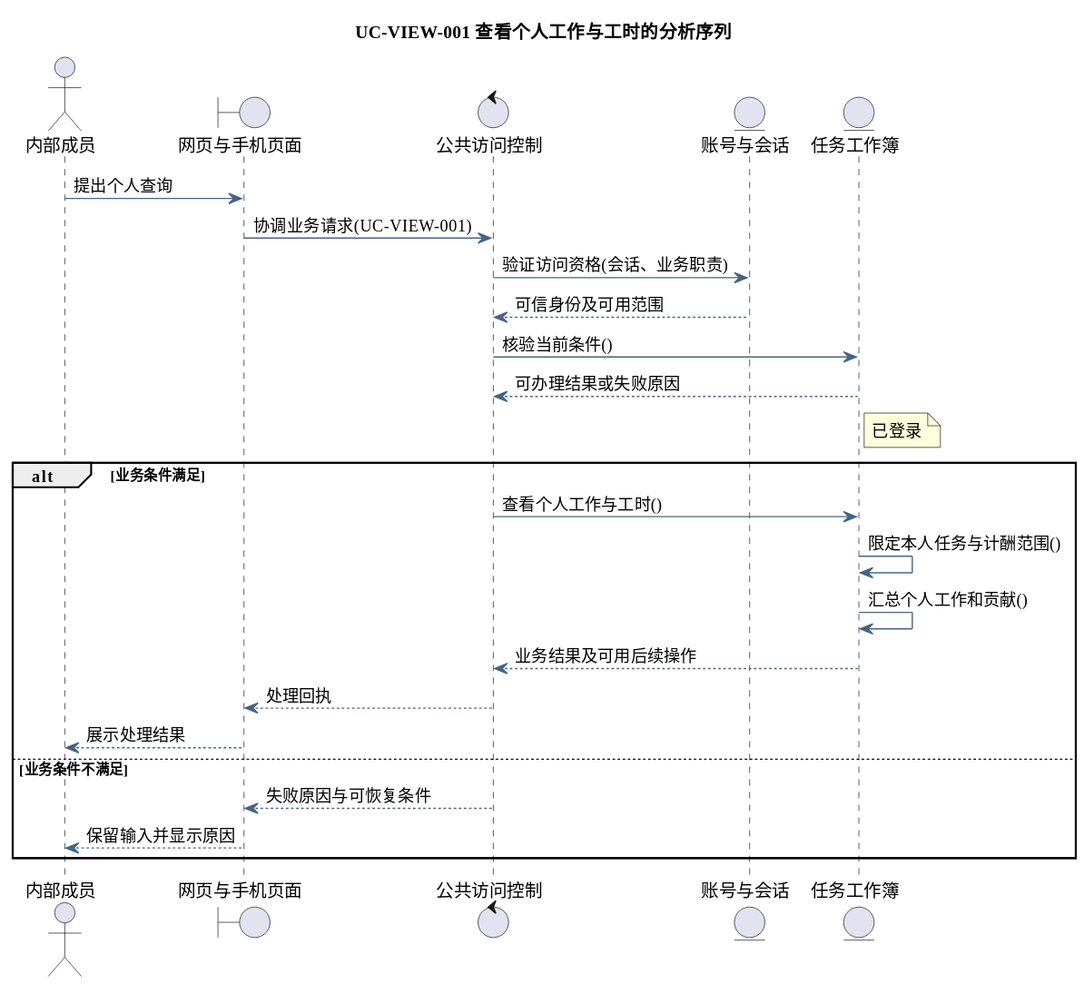
Above: docs/diagrams/analysis/seq-uc-view-001.svg in tccc1csu/miniprogram-csu (PlantUML), before the change.
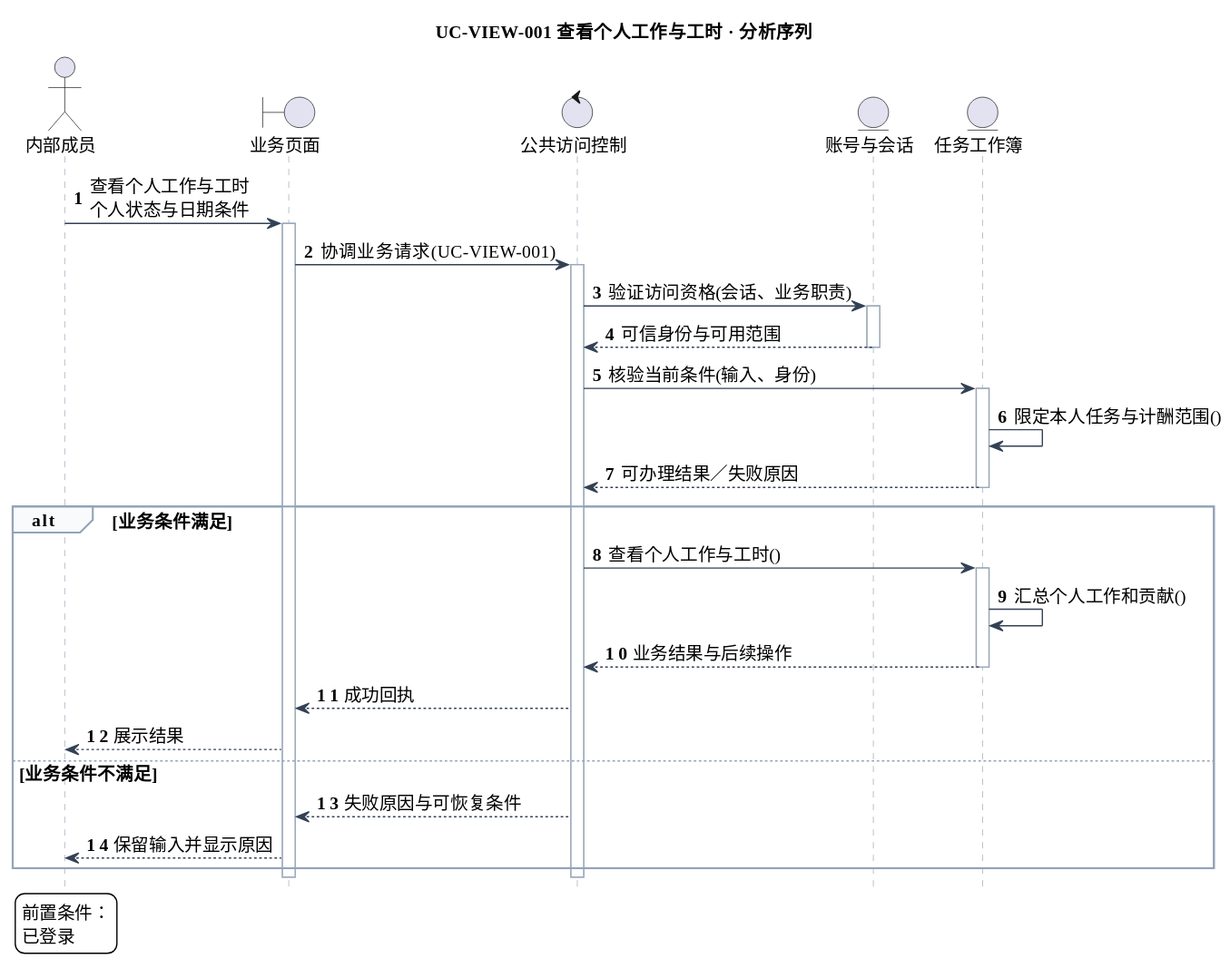
The same diagram one commit later.

The edit, as a diff of the source:
```diff
@@ -5,30 +5,50 @@
 skinparam ArrowColor #466482
 skinparam classAttributeIconSize 0
 hide empty members
-title UC-VIEW-001 查看个人工作与工时的分析序列
+skinparam defaultFontSize 14
+skinparam sequenceLifeLineBorderColor #9AA8B8
+skinparam sequenceArrowColor #334155
+skinparam sequenceGroupBorderColor #94A3B8
+skinparam sequenceGroupBackgroundColor #F8FAFC
+skinparam sequenceParticipantPadding 18
+skinparam maxMessageSize 240
+hide footbox
+autonumber
+title UC-VIEW-001 查看个人工作与工时 · 分析序列
 actor "内部成员" as actor
-boundary "网页与手机页面" as page
+boundary "业务页面" as page
 control "公共访问控制" as ctl
 entity "账号与会话" as identity
 entity "任务工作簿" as model
-actor -> page : 提出个人查询
+actor -> page : 查看个人工作与工时\n个人状态与日期条件
+activate page
 page -> ctl : 协调业务请求(UC-VIEW-001)
+activate ctl
 ctl -> identity : 验证访问资格(会话、业务职责)
-identity --> ctl : 可信身份及可用范围
-ctl -> model : 核验当前条件()
-model --> ctl : 可办理结果或失败原因
-note right of model
-已登录
-end note
+activate identity
+identity --> ctl : 可信身份与可用范围
+deactivate identity
+ctl -> model : 核验当前条件(输入、身份)
+activate model
+model -> model : 限定本人任务与计酬范围()
+model --> ctl : 可办理结果／失败原因
+deactivate model
 alt 业务条件满足
 ctl -> model : 查看个人工作与工时()
-model -> model : 限定本人任务与计酬范围()
+activate model
 model -> model : 汇总个人工作和贡献()
-model --> ctl : 业务结果及可用后续操作
-ctl --> page : 处理回执
-page --> actor : 展示处理结果
+model --> ctl : 业务结果与后续操作
+deactivate model
+ctl --> page : 成功回执
+page --> actor : 展示结果
 else 业务条件不满足
 ctl --> page : 失败原因与可恢复条件
 page --> actor : 保留输入并显示原因
 end
+deactivate ctl
+deactivate page
+legend bottom left
+前置条件：
+已登录
+endlegend
 @enduml
```
